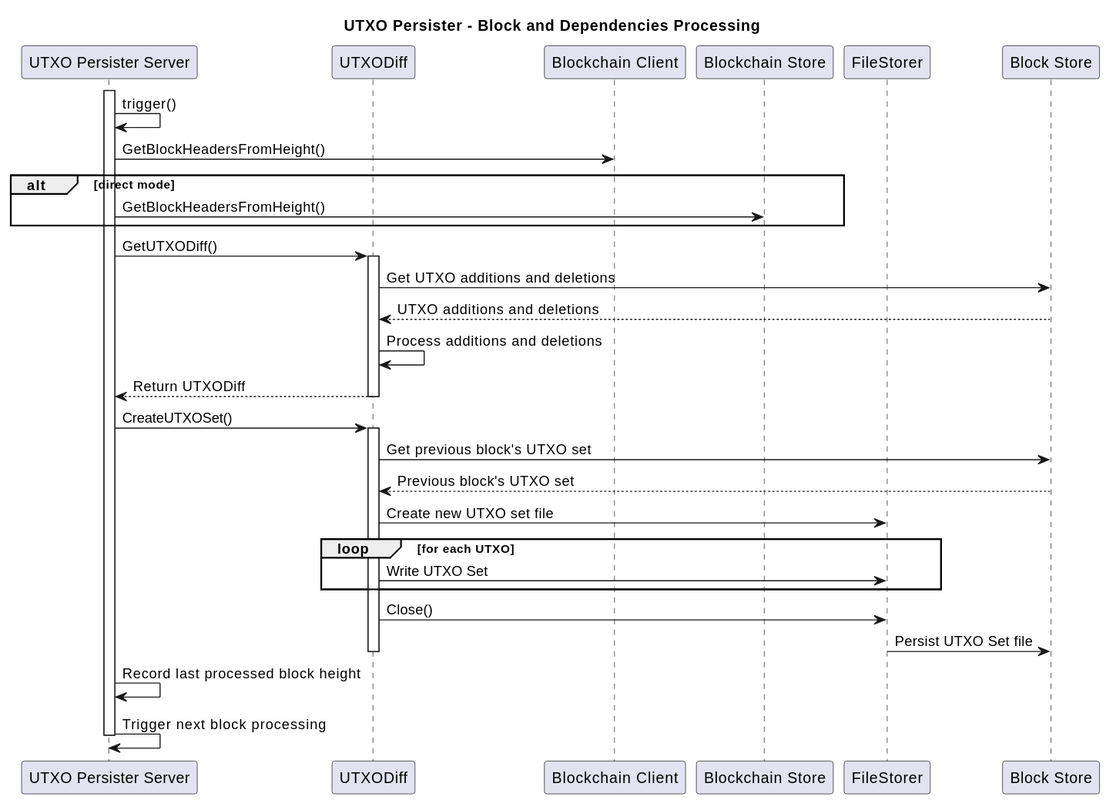
This is docs/services/img/plantuml/utxopersister/utxo_persister_processing_blocks.svg from freemans13/teranode, a PlantUML export, as it was before one commit.
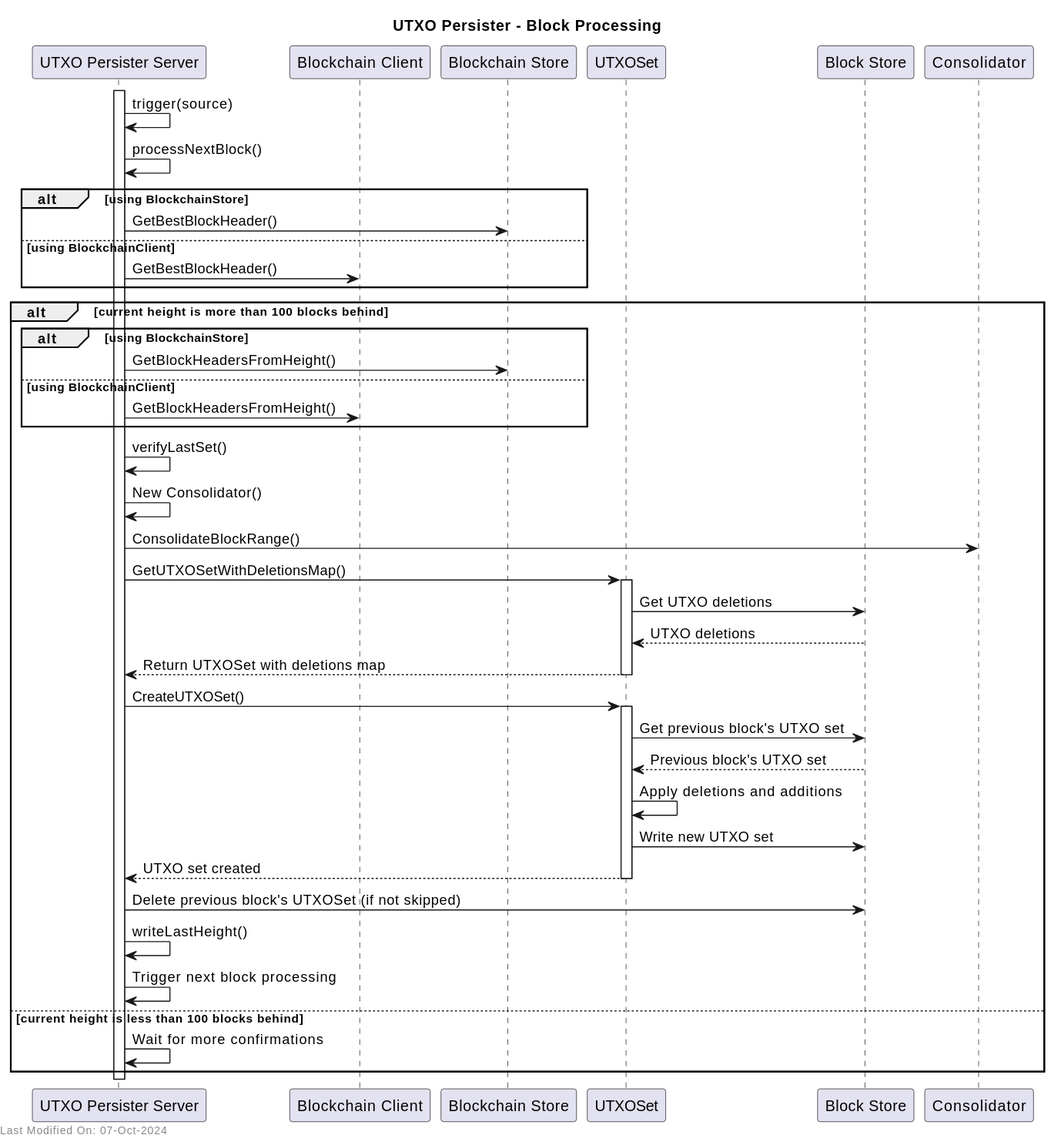
After the change.

Diff of the diagram source:
```diff
@@ -1,40 +1,57 @@
 @startuml
-title UTXO Persister - Block and Dependencies Processing
+title UTXO Persister - Block Processing
 
 participant "UTXO Persister Server" as Server
-participant "UTXODiff" as UTXODiff
 participant "Blockchain Client" as BlockchainClient
 participant "Blockchain Store" as BlockchainStore
-participant "FileStorer" as FileStorer
+participant "UTXOSet" as UTXOSet
 participant "Block Store" as BlockStore
 
 activate Server
-Server -> Server : trigger()
-Server -> BlockchainClient : GetBlockHeadersFromHeight()
-alt direct mode
-    Server -> BlockchainStore : GetBlockHeadersFromHeight()
+Server -> Server : trigger(source)
+Server -> Server : processNextBlock()
+
+alt using BlockchainStore
+    Server -> BlockchainStore : GetBestBlockHeader()
+else using BlockchainClient
+    Server -> BlockchainClient : GetBestBlockHeader()
 end
-Server -> UTXODiff : GetUTXODiff()
-activate UTXODiff
-UTXODiff -> BlockStore : Get UTXO additions and deletions
-BlockStore --> UTXODiff : UTXO additions and deletions
-UTXODiff -> UTXODiff : Process additions and deletions
-UTXODiff --> Server : Return UTXODiff
-deactivate UTXODiff
 
-Server -> UTXODiff : CreateUTXOSet()
-activate UTXODiff
-UTXODiff -> BlockStore : Get previous block's UTXO set
-BlockStore --> UTXODiff : Previous block's UTXO set
-UTXODiff -> FileStorer : Create new UTXO set file
-loop for each UTXO
-    UTXODiff -> FileStorer : Write UTXO Set
+alt current height is more than 100 blocks behind
+    alt using BlockchainStore
+        Server -> BlockchainStore : GetBlockHeadersFromHeight()
+    else using BlockchainClient
+        Server -> BlockchainClient : GetBlockHeadersFromHeight()
+    end
+
+    Server -> Server : verifyLastSet()
+    Server -> Server : New Consolidator()
+    Server -> Consolidator : ConsolidateBlockRange()
+
+    Server -> UTXOSet : GetUTXOSetWithDeletionsMap()
+    activate UTXOSet
+    UTXOSet -> BlockStore : Get UTXO deletions
+    BlockStore --> UTXOSet : UTXO deletions
+    UTXOSet --> Server : Return UTXOSet with deletions map
+    deactivate UTXOSet
+
+    Server -> UTXOSet : CreateUTXOSet()
+    activate UTXOSet
+    UTXOSet -> BlockStore : Get previous block's UTXO set
+    BlockStore --> UTXOSet : Previous block's UTXO set
+    UTXOSet -> UTXOSet : Apply deletions and additions
+    UTXOSet -> BlockStore : Write new UTXO set
+    UTXOSet --> Server : UTXO set created
+    deactivate UTXOSet
+
+    Server -> BlockStore : Delete previous block's UTXOSet (if not skipped)
+    Server -> Server : writeLastHeight()
+    Server -> Server : Trigger next block processing
+else current height is less than 100 blocks behind
+    Server -> Server : Wait for more confirmations
 end
-UTXODiff -> FileStorer : Close()
-FileStorer -> BlockStore : Persist UTXO Set file
-deactivate UTXODiff
 
-Server -> Server : Record last processed block height
-Server -> Server : Trigger next block processing
 deactivate Server
+
+left footer Last Modified On: %date("dd-MMM-yyyy")
 @enduml
```
